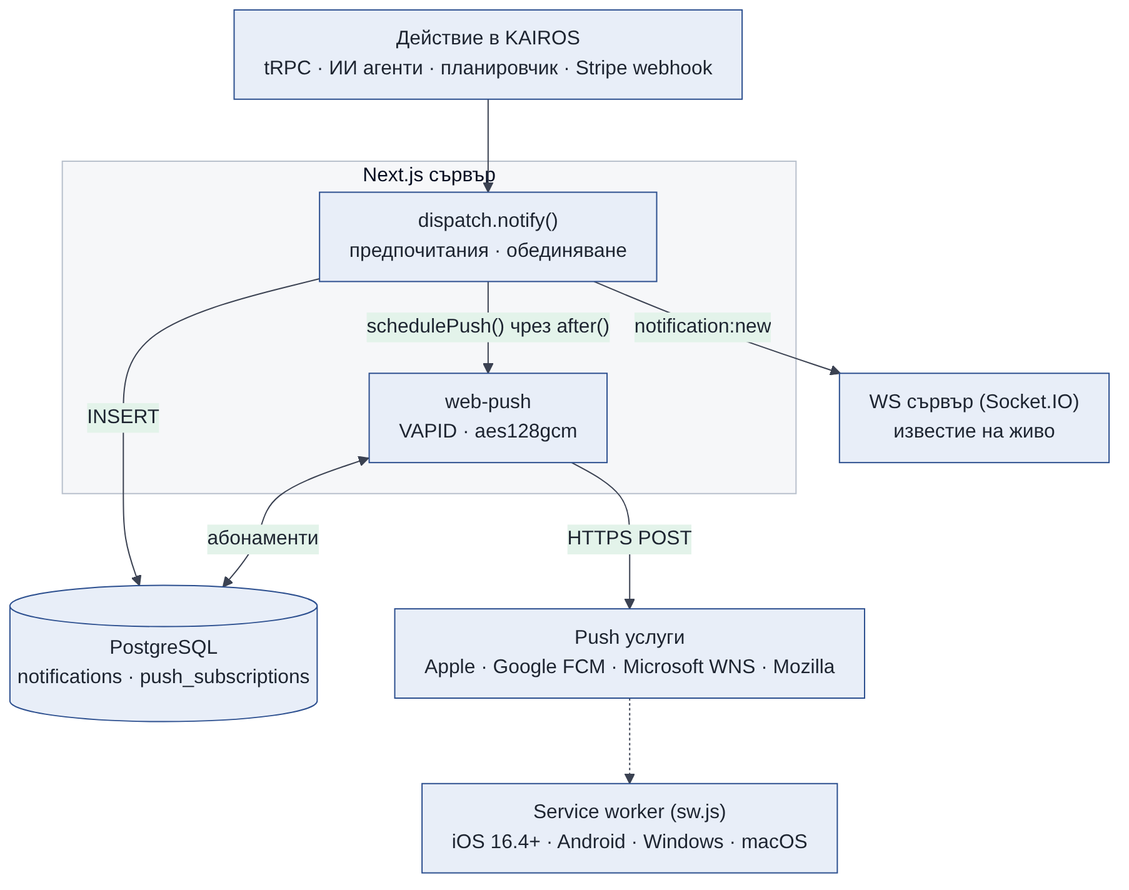
Before: docs/diploma/diagrams/out/12-push-architecture.png, a diagram exported from Mermaid (tuncheva/KAIROS). Its source is kept beside it as docs/diploma/diagrams/src/12-push-architecture.mmd. The source it was exported from:
```mermaid
flowchart TB
  act["Действие в KAIROS<br>tRPC · ИИ агенти · планировчик · Stripe webhook"] --> disp
  subgraph APP["Next.js сървър"]
    disp["dispatch.notify()<br>предпочитания · обединяване"] -->|"schedulePush() чрез after()"| push["web-push<br>VAPID · aes128gcm"]
  end
  db[("PostgreSQL<br>notifications · push_subscriptions")]
  disp -->|"INSERT"| db
  push <-->|"абонаменти"| db
  disp -->|"notification:new"| ws["WS сървър (Socket.IO)<br>известие на живо"]
  push -->|"HTTPS POST"| svc["Push услуги<br>Apple · Google FCM · Microsoft WNS · Mozilla"]
  svc -.-> sw["Service worker (sw.js)<br>iOS 16.4+ · Android · Windows · macOS"]
```
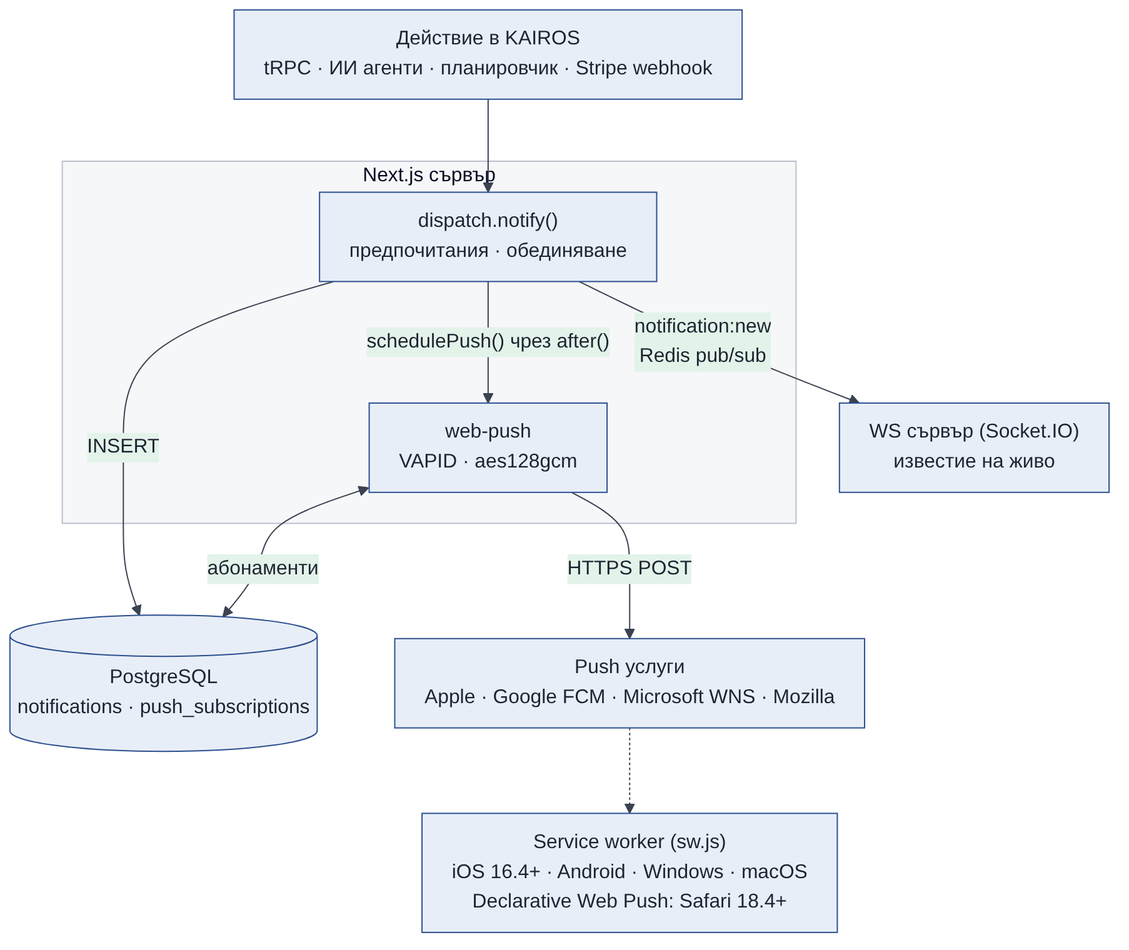
The same diagram one commit later.

The edit, as a diff of the source:
```diff
@@ -6,6 +6,6 @@
   db[("PostgreSQL<br>notifications · push_subscriptions")]
   disp -->|"INSERT"| db
   push <-->|"абонаменти"| db
-  disp -->|"notification:new"| ws["WS сървър (Socket.IO)<br>известие на живо"]
+  disp -->|"notification:new<br>Redis pub/sub"| ws["WS сървър (Socket.IO)<br>известие на живо"]
   push -->|"HTTPS POST"| svc["Push услуги<br>Apple · Google FCM · Microsoft WNS · Mozilla"]
-  svc -.-> sw["Service worker (sw.js)<br>iOS 16.4+ · Android · Windows · macOS"]
+  svc -.-> sw["Service worker (sw.js)<br>iOS 16.4+ · Android · Windows · macOS<br>Declarative Web Push: Safari 18.4+"]
```
